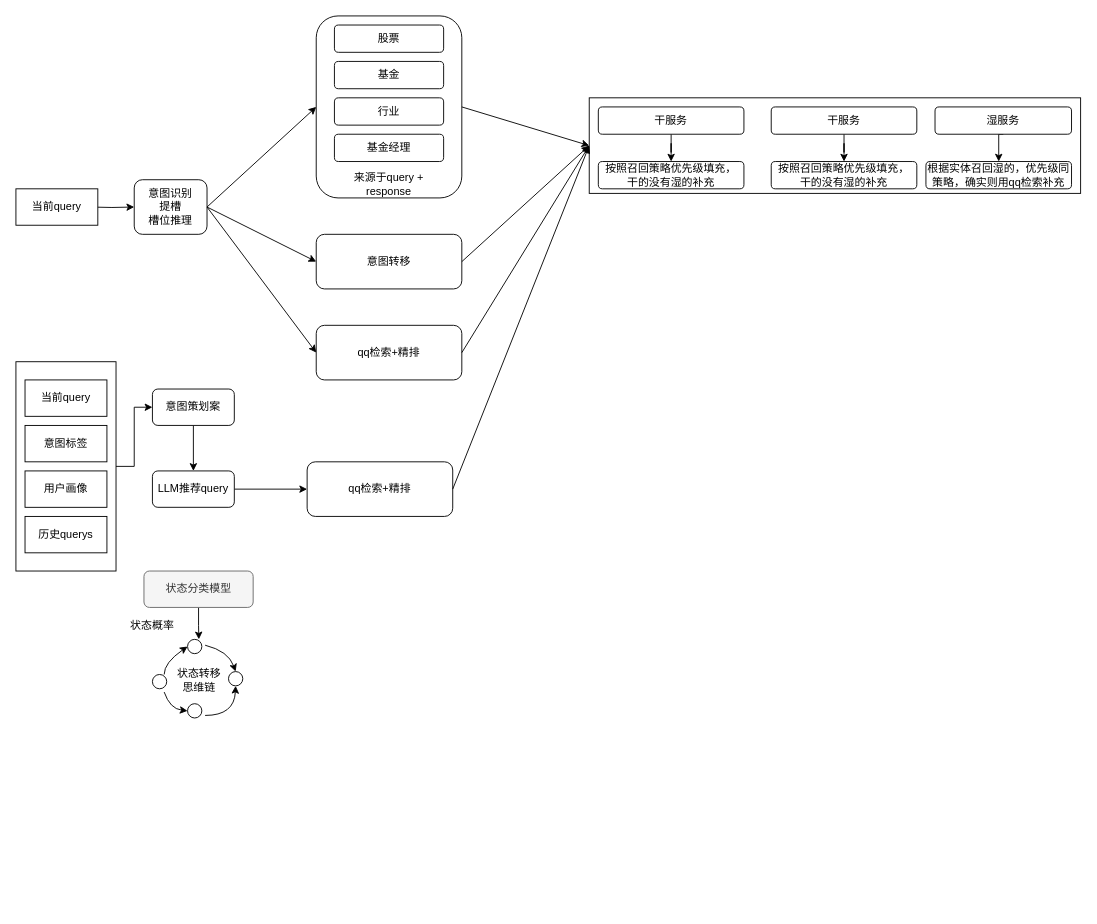
Above: QAG总览.drawio in ZhangHammer/ZhangHammer (draw.io), before the change. Source tidied: cells renumbered, new cells numbered last; positions are measured from the earlier drawing's top-left corner, leaving out a move shared by most shapes. Both pictures are drawn from the tidied source at 91%, with x=0, y=0 at pixel (15, 15).
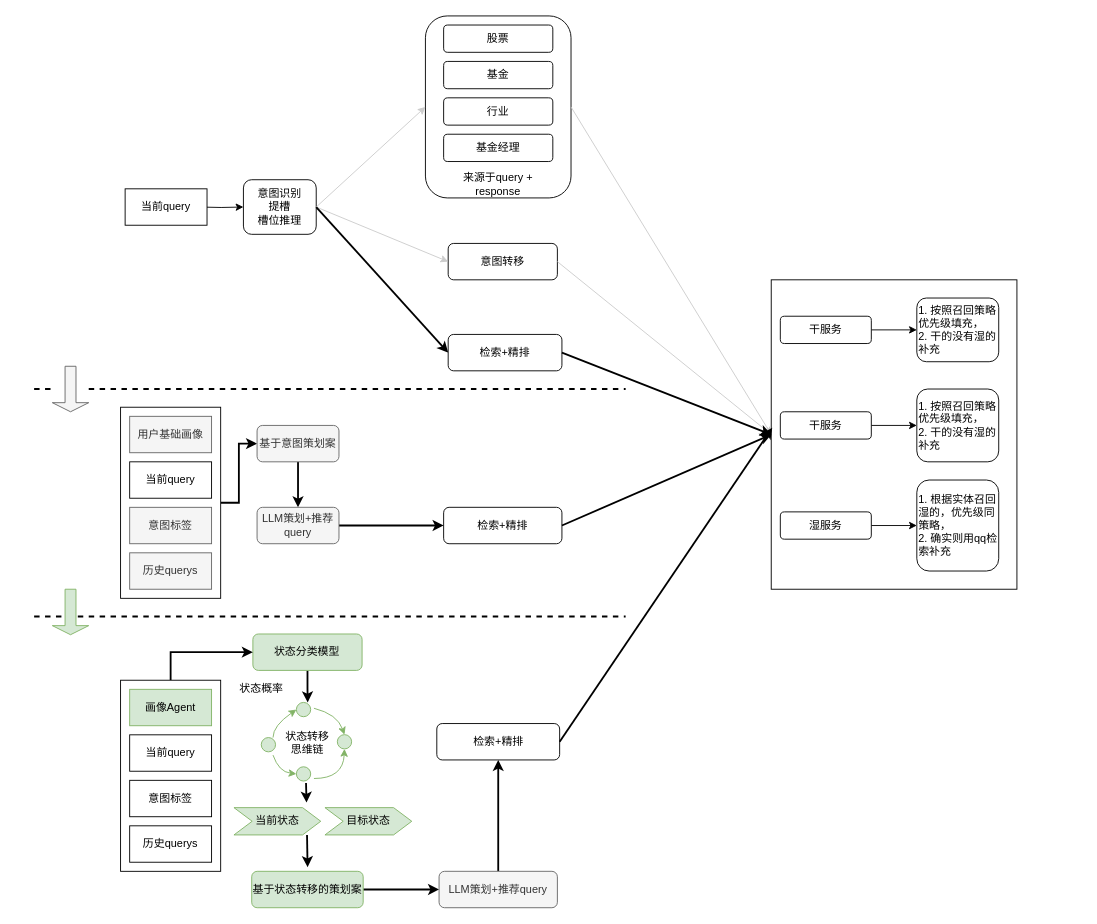
Above is the later version.

The edit, as a diff of the source:
```diff
@@
-    <mxCell id="2" style="edgeStyle=orthogonalEdgeStyle;rounded=0;jettySize=auto;html=1;" parent="1" edge="1" source="3" target="33">
+    <mxCell id="2" style="edgeStyle=orthogonalEdgeStyle;rounded=0;jettySize=auto;html=1;strokeWidth=2;" parent="1" edge="1" source="3" target="33">
       <mxGeometry relative="1" as="geometry" />
     </mxCell>
     <mxCell id="3" style="rounded=0;whiteSpace=wrap;html=1;" parent="1" vertex="1">
-      <mxGeometry y="380" width="110" height="230" as="geometry" />
+      <mxGeometry x="115" y="430" width="110" height="210" as="geometry" />
     </mxCell>
     <mxCell id="4" value="意图识别&lt;br&gt;提槽&lt;br&gt;槽位推理" style="rounded=1;whiteSpace=wrap;html=1;" parent="1" vertex="1">
-      <mxGeometry x="130" y="180" width="80" height="60" as="geometry" />
+      <mxGeometry x="250" y="180" width="80" height="60" as="geometry" />
     </mxCell>
     <mxCell id="5" style="rounded=1;whiteSpace=wrap;html=1;" parent="1" vertex="1">
-      <mxGeometry x="330" width="160" height="200" as="geometry" />
+      <mxGeometry x="450" width="160" height="200" as="geometry" />
     </mxCell>
     <mxCell id="6" value="股票" style="rounded=1;whiteSpace=wrap;html=1;" parent="1" vertex="1">
-      <mxGeometry x="350" y="10" width="120" height="30" as="geometry" />
+      <mxGeometry x="470" y="10" width="120" height="30" as="geometry" />
     </mxCell>
     <mxCell id="7" value="基金" style="rounded=1;whiteSpace=wrap;html=1;" parent="1" vertex="1">
-      <mxGeometry x="350" y="50" width="120" height="30" as="geometry" />
+      <mxGeometry x="470" y="50" width="120" height="30" as="geometry" />
     </mxCell>
     <mxCell id="8" value="行业" style="rounded=1;whiteSpace=wrap;html=1;" parent="1" vertex="1">
-      <mxGeometry x="350" y="90" width="120" height="30" as="geometry" />
+      <mxGeometry x="470" y="90" width="120" height="30" as="geometry" />
     </mxCell>
     <mxCell id="9" value="基金经理" style="rounded=1;whiteSpace=wrap;html=1;" parent="1" vertex="1">
-      <mxGeometry x="350" y="130" width="120" height="30" as="geometry" />
+      <mxGeometry x="470" y="130" width="120" height="30" as="geometry" />
     </mxCell>
     <mxCell id="10" value="来源于query + response" style="text;html=1;strokeColor=none;fillColor=none;align=center;verticalAlign=middle;whiteSpace=wrap;rounded=0;" parent="1" vertex="1">
-      <mxGeometry x="360" y="170" width="100" height="30" as="geometry" />
+      <mxGeometry x="480" y="170" width="100" height="30" as="geometry" />
     </mxCell>
     <mxCell id="11" value="意图转移" style="rounded=1;whiteSpace=wrap;html=1;" parent="1" vertex="1">
-      <mxGeometry x="330" y="240" width="160" height="60" as="geometry" />
+      <mxGeometry x="475" y="250" width="120" height="40" as="geometry" />
     </mxCell>
-    <mxCell id="12" value="qq检索+精排" style="rounded=1;whiteSpace=wrap;html=1;" parent="1" vertex="1">
-      <mxGeometry x="330" y="340" width="160" height="60" as="geometry" />
+    <mxCell id="12" value="检索+精排" style="rounded=1;whiteSpace=wrap;html=1;" parent="1" vertex="1">
+      <mxGeometry x="475" y="350" width="125" height="40" as="geometry" />
     </mxCell>
-    <mxCell id="13" style="endArrow=classic;html=1;rounded=0;entryX=0;entryY=0.5;entryDx=0;entryDy=0;exitX=1;exitY=0.5;exitDx=0;exitDy=0;" parent="1" edge="1" source="4" target="5">
+    <mxCell id="13" style="endArrow=classic;html=1;rounded=0;entryX=0;entryY=0.5;entryDx=0;entryDy=0;exitX=1;exitY=0.5;exitDx=0;exitDy=0;strokeColor=#CCCCCC;" parent="1" edge="1" source="4" target="5">
       <mxGeometry relative="1" as="geometry" />
     </mxCell>
-    <mxCell id="14" style="endArrow=classic;html=1;rounded=0;exitX=1;exitY=0.5;exitDx=0;exitDy=0;entryX=0;entryY=0.5;entryDx=0;entryDy=0;" parent="1" edge="1" source="4" target="11">
+    <mxCell id="14" style="endArrow=classic;html=1;rounded=0;exitX=1;exitY=0.5;exitDx=0;exitDy=0;entryX=0;entryY=0.5;entryDx=0;entryDy=0;strokeColor=#CCCCCC;" parent="1" edge="1" source="4" target="11">
       <mxGeometry relative="1" as="geometry" />
     </mxCell>
-    <mxCell id="15" style="endArrow=classic;html=1;rounded=0;exitX=1;exitY=0.5;exitDx=0;exitDy=0;entryX=0;entryY=0.5;entryDx=0;entryDy=0;" parent="1" edge="1" source="4" target="12">
+    <mxCell id="15" style="endArrow=classic;html=1;rounded=0;exitX=1;exitY=0.5;exitDx=0;exitDy=0;entryX=0;entryY=0.5;entryDx=0;entryDy=0;strokeWidth=2;" parent="1" edge="1" source="4" target="12">
       <mxGeometry relative="1" as="geometry" />
     </mxCell>
     <mxCell id="16" style="edgeStyle=orthogonalEdgeStyle;rounded=0;jettySize=auto;html=1;" parent="1" edge="1" target="4">
       <mxGeometry relative="1" as="geometry">
-        <mxPoint x="80" y="210" as="sourcePoint" />
+        <mxPoint x="200" y="210" as="sourcePoint" />
       </mxGeometry>
     </mxCell>
     <mxCell id="17" style="rounded=0;whiteSpace=wrap;html=1;" parent="1" vertex="1">
-      <mxGeometry x="630" y="90" width="540" height="105" as="geometry" />
+      <mxGeometry x="830" y="290" width="270" height="340" as="geometry" />
     </mxCell>
@@
     <mxCell id="19" value="干服务" style="rounded=1;whiteSpace=wrap;html=1;" parent="1" vertex="1">
-      <mxGeometry x="640" y="100" width="160" height="30" as="geometry" />
+      <mxGeometry x="840" y="330" width="100" height="30" as="geometry" />
     </mxCell>
@@
     <mxCell id="21" value="干服务" style="rounded=1;whiteSpace=wrap;html=1;" parent="1" vertex="1">
-      <mxGeometry x="830" y="100" width="160" height="30" as="geometry" />
+      <mxGeometry x="840" y="435" width="100" height="30" as="geometry" />
     </mxCell>
-    <mxCell id="22" style="edgeStyle=orthogonalEdgeStyle;rounded=0;jettySize=auto;html=1;exitX=0.5;exitY=1;exitDx=0;exitDy=0;entryX=0.5;entryY=0;entryDx=0;entryDy=0;" parent="1" edge="1" source="23" target="26">
+    <mxCell id="22" style="edgeStyle=orthogonalEdgeStyle;rounded=0;jettySize=auto;html=1;" parent="1" edge="1" source="23" target="26">
       <mxGeometry relative="1" as="geometry" />
     </mxCell>
     <mxCell id="23" value="湿服务" style="rounded=1;whiteSpace=wrap;html=1;" parent="1" vertex="1">
-      <mxGeometry x="1010" y="100" width="150" height="30" as="geometry" />
+      <mxGeometry x="840" y="545" width="100" height="30" as="geometry" />
     </mxCell>
-    <mxCell id="24" value="按照召回策略优先级填充，&lt;br&gt;干的没有湿的补充" style="rounded=1;whiteSpace=wrap;html=1;" parent="1" vertex="1">
-      <mxGeometry x="640" y="160" width="160" height="30" as="geometry" />
+    <mxCell id="24" value="1. 按照召回策略优先级填充，&lt;br&gt;2. 干的没有湿的补充" style="rounded=1;whiteSpace=wrap;html=1;align=left;" parent="1" vertex="1">
+      <mxGeometry x="990" y="310" width="90" height="70" as="geometry" />
     </mxCell>
-    <mxCell id="25" value="按照召回策略优先级填充，&lt;br&gt;干的没有湿的补充" style="rounded=1;whiteSpace=wrap;html=1;" parent="1" vertex="1">
-      <mxGeometry x="830" y="160" width="160" height="30" as="geometry" />
+    <mxCell id="25" value="1. 按照召回策略优先级填充，&lt;br&gt;2. 干的没有湿的补充" style="rounded=1;whiteSpace=wrap;html=1;align=left;" parent="1" vertex="1">
+      <mxGeometry x="990" y="410" width="90" height="80" as="geometry" />
     </mxCell>
-    <mxCell id="26" value="根据实体召回湿的，优先级同策略，确实则用qq检索补充" style="rounded=1;whiteSpace=wrap;html=1;" parent="1" vertex="1">
-      <mxGeometry x="1000" y="160" width="160" height="30" as="geometry" />
+    <mxCell id="26" value="1. 根据实体召回湿的，优先级同策略，&lt;br&gt;2. 确实则用qq检索补充" style="rounded=1;whiteSpace=wrap;html=1;align=left;" parent="1" vertex="1">
+      <mxGeometry x="990" y="510" width="90" height="100" as="geometry" />
     </mxCell>
-    <mxCell id="27" style="endArrow=classic;html=1;rounded=0;exitX=1;exitY=0.5;exitDx=0;exitDy=0;entryX=0;entryY=0.5;entryDx=0;entryDy=0;" parent="1" edge="1" source="5" target="17">
+    <mxCell id="27" style="endArrow=classic;html=1;rounded=0;exitX=1;exitY=0.5;exitDx=0;exitDy=0;entryX=0;entryY=0.5;entryDx=0;entryDy=0;strokeColor=#CCCCCC;" parent="1" edge="1" source="5" target="17">
       <mxGeometry relative="1" as="geometry" />
     </mxCell>
-    <mxCell id="28" style="endArrow=classic;html=1;rounded=0;exitX=1;exitY=0.5;exitDx=0;exitDy=0;entryX=0;entryY=0.5;entryDx=0;entryDy=0;" parent="1" edge="1" source="11" target="17">
+    <mxCell id="28" style="endArrow=classic;html=1;rounded=0;exitX=1;exitY=0.5;exitDx=0;exitDy=0;entryX=0;entryY=0.5;entryDx=0;entryDy=0;strokeColor=#CCCCCC;" parent="1" edge="1" source="11" target="17">
       <mxGeometry relative="1" as="geometry" />
     </mxCell>
-    <mxCell id="29" style="endArrow=classic;html=1;rounded=0;exitX=1;exitY=0.5;exitDx=0;exitDy=0;entryX=0;entryY=0.5;entryDx=0;entryDy=0;" parent="1" edge="1" source="12" target="17">
+    <mxCell id="29" style="endArrow=classic;html=1;rounded=0;exitX=1;exitY=0.5;exitDx=0;exitDy=0;entryX=0;entryY=0.5;entryDx=0;entryDy=0;strokeWidth=2;" parent="1" edge="1" source="12" target="17">
       <mxGeometry relative="1" as="geometry" />
     </mxCell>
-    <mxCell id="30" value="用户画像" style="rounded=0;whiteSpace=wrap;html=1;" parent="1" vertex="1">
-      <mxGeometry x="10" y="500" width="90" height="40" as="geometry" />
+    <mxCell id="30" value="用户基础画像" style="rounded=0;whiteSpace=wrap;html=1;fillColor=#f5f5f5;fontColor=#333333;strokeColor=#666666;" parent="1" vertex="1">
+      <mxGeometry x="125" y="440" width="90" height="40" as="geometry" />
     </mxCell>
-    <mxCell id="31" value="历史querys" style="rounded=0;whiteSpace=wrap;html=1;" parent="1" vertex="1">
-      <mxGeometry x="10" y="550" width="90" height="40" as="geometry" />
+    <mxCell id="31" value="历史querys" style="rounded=0;whiteSpace=wrap;html=1;fillColor=#f5f5f5;fontColor=#333333;strokeColor=#666666;" parent="1" vertex="1">
+      <mxGeometry x="125" y="590" width="90" height="40" as="geometry" />
     </mxCell>
-    <mxCell id="32" style="edgeStyle=orthogonalEdgeStyle;rounded=0;jettySize=auto;html=1;" parent="1" edge="1" source="33" target="40">
+    <mxCell id="32" style="edgeStyle=orthogonalEdgeStyle;rounded=0;jettySize=auto;html=1;strokeWidth=2;" parent="1" edge="1" source="33" target="40">
       <mxGeometry relative="1" as="geometry" />
     </mxCell>
-    <mxCell id="33" value="意图策划案" style="rounded=1;whiteSpace=wrap;html=1;" parent="1" vertex="1">
-      <mxGeometry x="150" y="410" width="90" height="40" as="geometry" />
+    <mxCell id="33" value="基于意图策划案" style="rounded=1;whiteSpace=wrap;html=1;fillColor=#f5f5f5;fontColor=#333333;strokeColor=#666666;" parent="1" vertex="1">
+      <mxGeometry x="265" y="450" width="90" height="40" as="geometry" />
     </mxCell>
-    <mxCell id="34" value="qq检索+精排" style="rounded=1;whiteSpace=wrap;html=1;" parent="1" vertex="1">
-      <mxGeometry x="320" y="490" width="160" height="60" as="geometry" />
+    <mxCell id="34" value="检索+精排" style="rounded=1;whiteSpace=wrap;html=1;" parent="1" vertex="1">
+      <mxGeometry x="470" y="540" width="130" height="40" as="geometry" />
     </mxCell>
     <mxCell id="35" value="当前query" style="rounded=0;whiteSpace=wrap;html=1;" parent="1" vertex="1">
-      <mxGeometry x="10" y="400" width="90" height="40" as="geometry" />
+      <mxGeometry x="125" y="490" width="90" height="40" as="geometry" />
     </mxCell>
     <mxCell id="36" value="当前query" style="rounded=0;whiteSpace=wrap;html=1;" parent="1" vertex="1">
-      <mxGeometry y="190" width="90" height="40" as="geometry" />
+      <mxGeometry x="120" y="190" width="90" height="40" as="geometry" />
     </mxCell>
-    <mxCell id="37" value="意图标签" style="rounded=0;whiteSpace=wrap;html=1;" parent="1" vertex="1">
-      <mxGeometry x="10" y="450" width="90" height="40" as="geometry" />
+    <mxCell id="37" value="意图标签" style="rounded=0;whiteSpace=wrap;html=1;fillColor=#f5f5f5;fontColor=#333333;strokeColor=#666666;" parent="1" vertex="1">
+      <mxGeometry x="125" y="540" width="90" height="40" as="geometry" />
     </mxCell>
-    <mxCell id="38" style="endArrow=classic;html=1;rounded=0;exitX=1;exitY=0.5;exitDx=0;exitDy=0;entryX=0;entryY=0.5;entryDx=0;entryDy=0;" parent="1" edge="1" source="34" target="17">
+    <mxCell id="38" style="endArrow=classic;html=1;rounded=0;exitX=1;exitY=0.5;exitDx=0;exitDy=0;entryX=0;entryY=0.5;entryDx=0;entryDy=0;strokeWidth=2;" parent="1" edge="1" source="34" target="17">
       <mxGeometry relative="1" as="geometry" />
     </mxCell>
-    <mxCell id="39" style="edgeStyle=orthogonalEdgeStyle;rounded=0;jettySize=auto;html=1;" parent="1" edge="1" source="40" target="34">
+    <mxCell id="39" style="edgeStyle=orthogonalEdgeStyle;rounded=0;jettySize=auto;html=1;strokeWidth=2;" parent="1" edge="1" source="40" target="34">
       <mxGeometry relative="1" as="geometry" />
     </mxCell>
-    <mxCell id="40" value="LLM推荐query" style="rounded=1;whiteSpace=wrap;html=1;" parent="1" vertex="1">
-      <mxGeometry x="150" y="500" width="90" height="40" as="geometry" />
+    <mxCell id="40" value="LLM策划+推荐query" style="rounded=1;whiteSpace=wrap;html=1;fillColor=#f5f5f5;fontColor=#333333;strokeColor=#666666;" parent="1" vertex="1">
+      <mxGeometry x="265" y="540" width="90" height="40" as="geometry" />
     </mxCell>
     <mxCell id="41" value="状态概率" style="text;html=1;strokeColor=none;fillColor=none;align=center;verticalAlign=middle;whiteSpace=wrap;rounded=0;" parent="1" vertex="1">
-      <mxGeometry x="120" y="655.1" width="60" height="30" as="geometry" />
+      <mxGeometry x="239.6" y="724.4" width="60" height="30" as="geometry" />
     </mxCell>
-    <mxCell id="42" style="edgeStyle=orthogonalEdgeStyle;rounded=0;jettySize=auto;html=1;" parent="1" edge="1" source="43">
+    <mxCell id="42" style="edgeStyle=orthogonalEdgeStyle;rounded=0;jettySize=auto;html=1;strokeWidth=2;" parent="1" edge="1" source="43">
       <mxGeometry relative="1" as="geometry">
-        <mxPoint x="201" y="685.1" as="targetPoint" />
+        <mxPoint x="320.6" y="754.4" as="targetPoint" />
       </mxGeometry>
     </mxCell>
-    <mxCell id="43" value="状态分类模型" style="rounded=1;whiteSpace=wrap;html=1;fillColor=#f5f5f5;strokeColor=#666666;fontColor=#333333;" parent="1" vertex="1">
-      <mxGeometry x="140.7" y="610" width="120" height="40" as="geometry" />
+    <mxCell id="43" value="状态分类模型" style="rounded=1;whiteSpace=wrap;html=1;fillColor=#d5e8d4;strokeColor=#82b366;" parent="1" vertex="1">
+      <mxGeometry x="260.4" y="679.2" width="120" height="40" as="geometry" />
     </mxCell>
-    <mxCell id="44" style="group;" parent="1" vertex="1">
-      <mxGeometry x="150" y="685.1" width="99.2" height="86.4" as="geometry" />
+    <mxCell id="44" style="group;fillColor=none;strokeColor=none;" parent="1" vertex="1">
+      <mxGeometry x="269.6" y="754.4" width="99.2" height="86.4" as="geometry" />
     </mxCell>
-    <mxCell id="45" style="ellipse;whiteSpace=wrap;html=1;" parent="44" vertex="1">
+    <mxCell id="45" style="ellipse;whiteSpace=wrap;html=1;fillColor=#d5e8d4;strokeColor=#82b366;" parent="44" vertex="1">
       <mxGeometry y="38.6" width="15.7" height="15.7" as="geometry" />
     </mxCell>
-    <mxCell id="46" style="ellipse;whiteSpace=wrap;html=1;" parent="44" vertex="1">
+    <mxCell id="46" style="ellipse;whiteSpace=wrap;html=1;fillColor=#d5e8d4;strokeColor=#82b366;" parent="44" vertex="1">
       <mxGeometry x="38.6" width="15.7" height="15.7" as="geometry" />
     </mxCell>
-    <mxCell id="47" style="ellipse;whiteSpace=wrap;html=1;" parent="44" vertex="1">
+    <mxCell id="47" style="ellipse;whiteSpace=wrap;html=1;fillColor=#d5e8d4;strokeColor=#82b366;" parent="44" vertex="1">
       <mxGeometry x="38.6" y="70.7" width="15.7" height="15.7" as="geometry" />
     </mxCell>
-    <mxCell id="48" style="ellipse;whiteSpace=wrap;html=1;" parent="44" vertex="1">
+    <mxCell id="48" style="ellipse;whiteSpace=wrap;html=1;fillColor=#d5e8d4;strokeColor=#82b366;" parent="44" vertex="1">
       <mxGeometry x="83.6" y="35.4" width="15.7" height="15.7" as="geometry" />
     </mxCell>
-    <mxCell id="49" style="curved=1;endArrow=classic;html=1;rounded=0;entryX=0;entryY=0.5;entryDx=0;entryDy=0;" parent="44" edge="1" target="46">
+    <mxCell id="49" style="curved=1;endArrow=classic;html=1;rounded=0;entryX=0;entryY=0.5;entryDx=0;entryDy=0;fillColor=#d5e8d4;strokeColor=#82b366;" parent="44" edge="1" target="46">
       <mxGeometry relative="1" as="geometry">
         <mxPoint x="12.9" y="38.6" as="sourcePoint" />
         <Array as="points">
           <mxPoint x="12.9" y="25.7" />
         </Array>
       </mxGeometry>
     </mxCell>
-    <mxCell id="50" style="curved=1;endArrow=classic;html=1;rounded=0;entryX=0;entryY=0.5;entryDx=0;entryDy=0;" parent="44" edge="1" target="47">
+    <mxCell id="50" style="curved=1;endArrow=classic;html=1;rounded=0;entryX=0;entryY=0.5;entryDx=0;entryDy=0;fillColor=#d5e8d4;strokeColor=#82b366;" parent="44" edge="1" target="47">
       <mxGeometry relative="1" as="geometry">
         <mxPoint x="12.9" y="57.9" as="sourcePoint" />
         <Array as="points">
           <mxPoint x="19.3" y="76.3" />
         </Array>
       </mxGeometry>
     </mxCell>
-    <mxCell id="51" style="curved=1;endArrow=classic;html=1;rounded=0;entryX=0.5;entryY=0;entryDx=0;entryDy=0;" parent="44" edge="1" target="48">
+    <mxCell id="51" style="curved=1;endArrow=classic;html=1;rounded=0;entryX=0.5;entryY=0;entryDx=0;entryDy=0;fillColor=#d5e8d4;strokeColor=#82b366;" parent="44" edge="1" target="48">
       <mxGeometry relative="1" as="geometry">
         <mxPoint x="57.9" y="6.4" as="sourcePoint" />
         <Array as="points">
           <mxPoint x="83.6" y="12.9" />
         </Array>
       </mxGeometry>
     </mxCell>
-    <mxCell id="52" style="curved=1;endArrow=classic;html=1;rounded=0;entryX=0.5;entryY=1;entryDx=0;entryDy=0;" parent="44" edge="1" target="48">
+    <mxCell id="52" style="curved=1;endArrow=classic;html=1;rounded=0;entryX=0.5;entryY=1;entryDx=0;entryDy=0;fillColor=#d5e8d4;strokeColor=#82b366;" parent="44" edge="1" target="48">
       <mxGeometry relative="1" as="geometry">
         <mxPoint x="57.9" y="83.6" as="sourcePoint" />
         <Array as="points">
           <mxPoint x="90" y="83.6" />
         </Array>
       </mxGeometry>
     </mxCell>
@@
+    <mxCell id="54" style="endArrow=classic;html=1;rounded=0;entryX=0.836;entryY=-0.183;entryDx=0;entryDy=0;entryPerimeter=0;strokeWidth=2;" parent="44" edge="1" target="63">
+      <mxGeometry relative="1" as="geometry">
+        <mxPoint x="49.2" y="88.6" as="sourcePoint" />
+      </mxGeometry>
+    </mxCell>
+    <mxCell id="55" style="edgeStyle=orthogonalEdgeStyle;rounded=0;jettySize=auto;html=1;exitX=0.5;exitY=0;exitDx=0;exitDy=0;entryX=0;entryY=0.5;entryDx=0;entryDy=0;strokeWidth=2;" parent="1" edge="1" source="56" target="43">
+      <mxGeometry relative="1" as="geometry" />
+    </mxCell>
+    <mxCell id="56" style="rounded=0;whiteSpace=wrap;html=1;" parent="1" vertex="1">
+      <mxGeometry x="115" y="730" width="110" height="210" as="geometry" />
+    </mxCell>
+    <mxCell id="57" value="历史querys" style="rounded=0;whiteSpace=wrap;html=1;" parent="1" vertex="1">
+      <mxGeometry x="125" y="890" width="90" height="40" as="geometry" />
+    </mxCell>
+    <mxCell id="58" value="当前query" style="rounded=0;whiteSpace=wrap;html=1;" parent="1" vertex="1">
+      <mxGeometry x="125" y="790" width="90" height="40" as="geometry" />
+    </mxCell>
+    <mxCell id="59" value="意图标签" style="rounded=0;whiteSpace=wrap;html=1;" parent="1" vertex="1">
+      <mxGeometry x="125" y="840" width="90" height="40" as="geometry" />
+    </mxCell>
+    <mxCell id="60" value="画像Agent" style="rounded=0;whiteSpace=wrap;html=1;fillColor=#d5e8d4;strokeColor=#82b366;" parent="1" vertex="1">
+      <mxGeometry x="125" y="740" width="90" height="40" as="geometry" />
+    </mxCell>
+    <mxCell id="61" style="edgeStyle=orthogonalEdgeStyle;rounded=0;jettySize=auto;html=1;strokeWidth=2;" parent="1" edge="1" source="62" target="66">
+      <mxGeometry relative="1" as="geometry" />
+    </mxCell>
+    <mxCell id="62" value="基于状态转移的策划案" style="rounded=1;whiteSpace=wrap;html=1;fillColor=#d5e8d4;strokeColor=#82b366;" parent="1" vertex="1">
+      <mxGeometry x="259.1" y="940" width="122.5" height="40" as="geometry" />
+    </mxCell>
+    <mxCell id="63" value="当前状态" style="shape=step;perimeter=stepPerimeter;whiteSpace=wrap;html=1;fixedSize=1;fillColor=#d5e8d4;strokeColor=#82b366;" parent="1" vertex="1">
+      <mxGeometry x="239.6" y="870" width="95.4" height="30" as="geometry" />
+    </mxCell>
+    <mxCell id="64" value="目标状态" style="shape=step;perimeter=stepPerimeter;whiteSpace=wrap;html=1;fixedSize=1;fillColor=#d5e8d4;strokeColor=#82b366;" parent="1" vertex="1">
+      <mxGeometry x="339.6" y="870" width="95.4" height="30" as="geometry" />
+    </mxCell>
+    <mxCell id="65" style="edgeStyle=orthogonalEdgeStyle;rounded=0;jettySize=auto;html=1;exitX=0.5;exitY=0;exitDx=0;exitDy=0;strokeWidth=2;" parent="1" edge="1" source="66" target="67">
+      <mxGeometry relative="1" as="geometry" />
+    </mxCell>
+    <mxCell id="66" value="LLM策划+推荐query" style="rounded=1;whiteSpace=wrap;html=1;fillColor=#f5f5f5;fontColor=#333333;strokeColor=#666666;" parent="1" vertex="1">
+      <mxGeometry x="465" y="940" width="130" height="40" as="geometry" />
+    </mxCell>
+    <mxCell id="67" value="检索+精排" style="rounded=1;whiteSpace=wrap;html=1;" parent="1" vertex="1">
+      <mxGeometry x="462.5" y="777.6" width="135" height="40" as="geometry" />
+    </mxCell>
+    <mxCell id="68" style="edgeStyle=orthogonalEdgeStyle;rounded=0;orthogonalLoop=1;jettySize=auto;html=1;strokeWidth=2;" parent="1" edge="1">
+      <mxGeometry relative="1" as="geometry">
+        <mxPoint x="319.9" y="900" as="sourcePoint" />
+        <mxPoint x="320.5" y="935.4" as="targetPoint" />
+      </mxGeometry>
+    </mxCell>
+    <mxCell id="69" style="endArrow=classic;html=1;rounded=0;entryX=0.004;entryY=0.478;entryDx=0;entryDy=0;entryPerimeter=0;exitX=1;exitY=0.5;exitDx=0;exitDy=0;strokeWidth=2;" parent="1" edge="1" source="67" target="17">
+      <mxGeometry relative="1" as="geometry" />
+    </mxCell>
+    <mxCell id="70" style="endArrow=none;dashed=1;html=1;rounded=0;strokeWidth=2;" parent="1" edge="1" source="73">
+      <mxGeometry relative="1" as="geometry">
+        <mxPoint x="670" y="410" as="targetPoint" />
+      </mxGeometry>
+    </mxCell>
+    <mxCell id="71" style="endArrow=none;dashed=1;html=1;rounded=0;strokeWidth=2;" parent="1" edge="1">
+      <mxGeometry relative="1" as="geometry">
+        <mxPoint x="20" y="660" as="sourcePoint" />
+        <mxPoint x="670" y="660" as="targetPoint" />
+      </mxGeometry>
+    </mxCell>
+    <mxCell id="72" style="endArrow=none;dashed=1;html=1;rounded=0;strokeWidth=2;" parent="1" edge="1" target="73">
+      <mxGeometry relative="1" as="geometry">
+        <mxPoint x="20" y="410" as="sourcePoint" />
+      </mxGeometry>
+    </mxCell>
+    <mxCell id="73" style="shape=singleArrow;direction=south;whiteSpace=wrap;html=1;fillColor=#f5f5f5;fontColor=#333333;strokeColor=#666666;" parent="1" vertex="1">
+      <mxGeometry x="40" y="385" width="40" height="50" as="geometry" />
+    </mxCell>
+    <mxCell id="74" style="shape=singleArrow;direction=south;whiteSpace=wrap;html=1;fillColor=#d5e8d4;strokeColor=#82b366;" parent="1" vertex="1">
+      <mxGeometry x="40" y="630" width="40" height="50" as="geometry" />
+    </mxCell>
```
